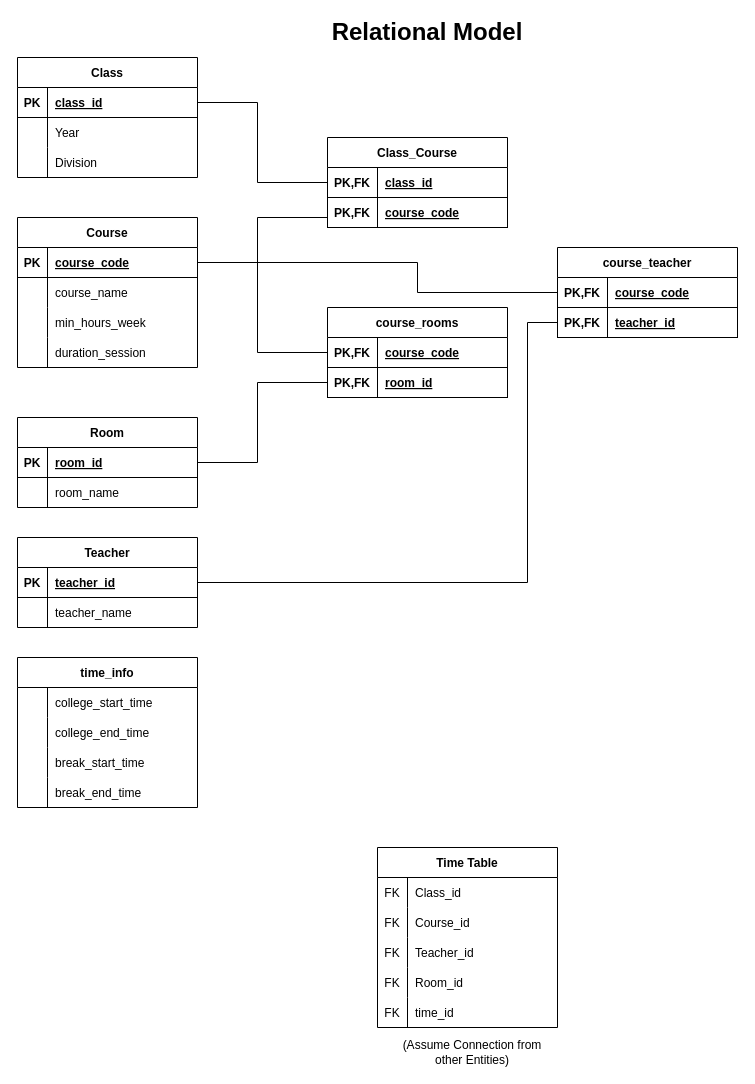
Above: Database/Relational Model.drawio in parmar-mohit/Automated_Time_Table_Scheduler (draw.io), before the change. Source tidied: cells renumbered, new cells numbered last; positions are measured from the earlier drawing's top-left corner, leaving out a move shared by most shapes. Both pictures are drawn from the tidied source at 100%, with x=0, y=0 at pixel (17, 17).
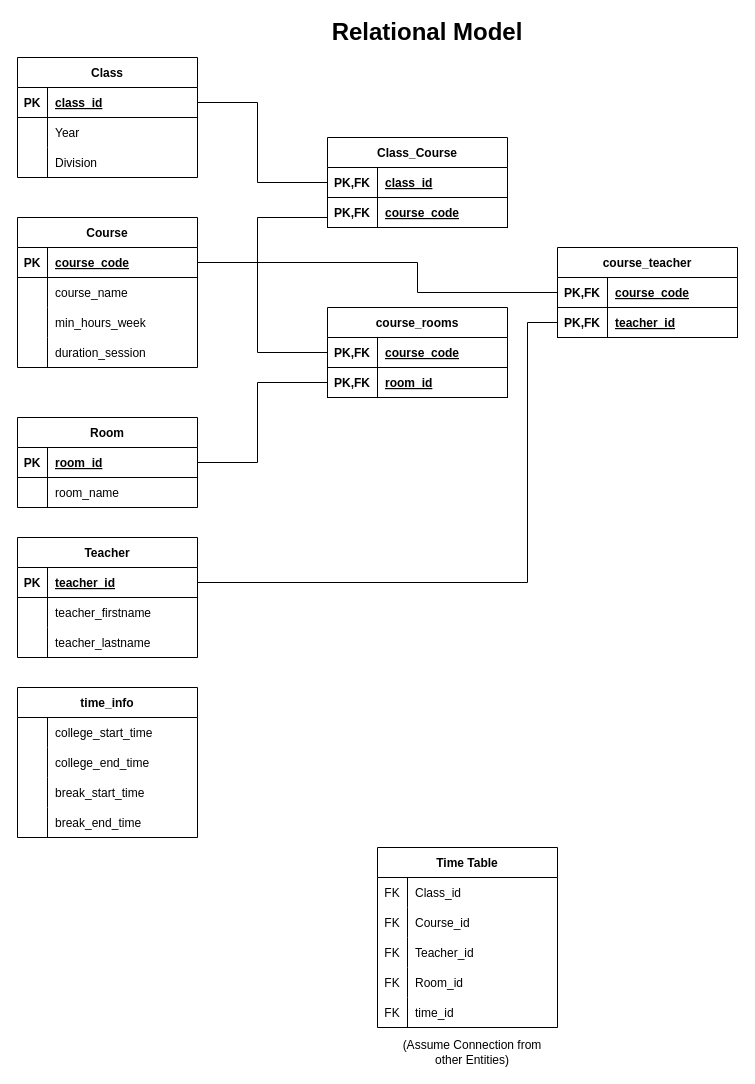
After the change.

Unchanged cells that the change refers to:
```xml
<mxCell id="37" style="shape=tableRow;horizontal=0;startSize=0;swimlaneHead=0;swimlaneBody=0;fillColor=none;top=0;left=0;right=0;bottom=0;fontSize=24;" parent="33" vertex="1">
  <mxGeometry y="60" width="180" height="30" as="geometry" />
</mxCell>
```

What changed in the source:
```diff
@@
     <mxCell id="33" value="Teacher" style="shape=table;startSize=30;childLayout=tableLayout;rowLines=0;fontStyle=1;align=center;fontSize=12;" parent="1" vertex="1">
-      <mxGeometry y="520" width="180" height="90" as="geometry" />
+      <mxGeometry y="520" width="180" height="120" as="geometry" />
     </mxCell>
@@
-    <mxCell id="39" value="teacher_name" style="shape=partialRectangle;fillColor=none;top=0;left=0;bottom=0;right=0;align=left;spacingLeft=6;overflow=hidden;fontSize=12;" parent="37" vertex="1">
+    <mxCell id="39" value="teacher_firstname" style="shape=partialRectangle;fillColor=none;top=0;left=0;bottom=0;right=0;align=left;spacingLeft=6;overflow=hidden;fontSize=12;" parent="37" vertex="1">
       <mxGeometry x="30" width="150" height="30" as="geometry" />
     </mxCell>
+    <mxCell id="97" style="shape=tableRow;horizontal=0;startSize=0;swimlaneHead=0;swimlaneBody=0;fillColor=none;top=0;left=0;right=0;bottom=0;fontSize=24;" parent="33" vertex="1">
+      <mxGeometry y="90" width="180" height="30" as="geometry" />
+    </mxCell>
+    <mxCell id="98" style="shape=partialRectangle;fillColor=none;top=0;left=0;bottom=0;right=0;overflow=hidden;fontSize=24;" parent="97" vertex="1">
+      <mxGeometry width="30" height="30" as="geometry" />
+    </mxCell>
+    <mxCell id="99" value="teacher_lastname" style="shape=partialRectangle;fillColor=none;top=0;left=0;bottom=0;right=0;align=left;spacingLeft=6;overflow=hidden;fontSize=12;" parent="97" vertex="1">
+      <mxGeometry x="30" width="150" height="30" as="geometry" />
+    </mxCell>
@@
     <mxCell id="67" value="time_info" style="shape=table;startSize=30;childLayout=tableLayout;rowLines=0;fontStyle=1;align=center;fontSize=12;" parent="1" vertex="1">
-      <mxGeometry y="640" width="180" height="150" as="geometry" />
+      <mxGeometry y="670" width="180" height="150" as="geometry" />
     </mxCell>
```
